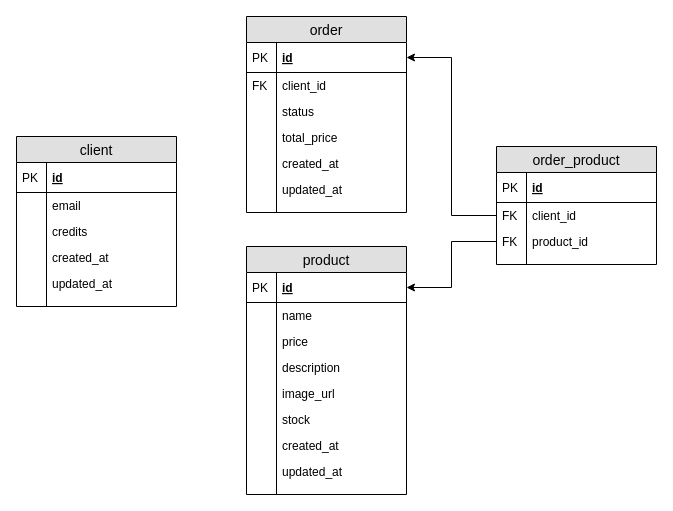
The draw.io diagram conception/MPD.drawio in AdrienMasanet/foodles-second-coding-test-backend, before the edit. Source tidied: cells renumbered, new cells numbered last; positions are measured from the earlier drawing's top-left corner, leaving out a move shared by most shapes. Both pictures are drawn from the tidied source at 100%, with x=0, y=0 at pixel (16, 16).
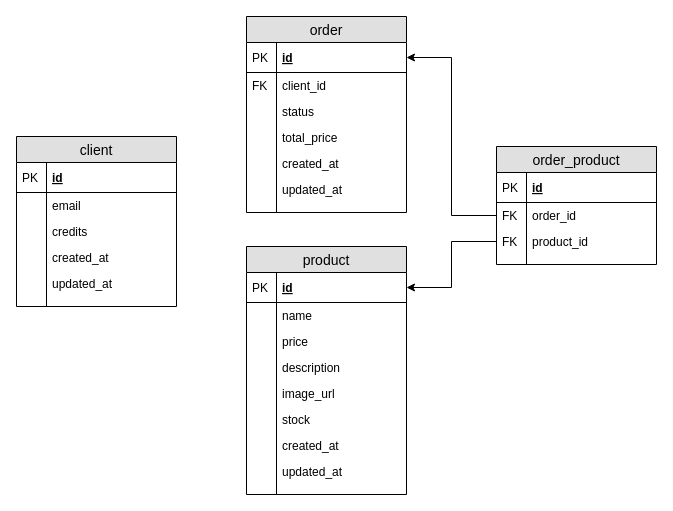
The same diagram, later.

Commit message:
docs: correction by writing order_id instead of client_id as first foreign key on order_product manytomany table

The change refers to these unchanged cells:
```xml
<mxCell id="51" value="order_product" style="swimlane;fontStyle=0;horizontal=1;startSize=26;fillColor=#e0e0e0;swimlaneFillColor=#ffffff;align=center;fontSize=14;" parent="1" vertex="1">
  <mxGeometry x="480" y="130" width="160" height="118" as="geometry" />
</mxCell>
```

The edit, as a diff of the source:
```diff
@@
-    <mxCell id="54" value="client_id" style="shape=partialRectangle;top=0;left=0;right=0;bottom=0;align=left;verticalAlign=top;fillColor=none;spacingLeft=34;spacingRight=4;overflow=hidden;points=[[0,0.5],[1,0.5]];portConstraint=eastwest;fontSize=12;" parent="51" vertex="1">
+    <mxCell id="54" value="order_id" style="shape=partialRectangle;top=0;left=0;right=0;bottom=0;align=left;verticalAlign=top;fillColor=none;spacingLeft=34;spacingRight=4;overflow=hidden;points=[[0,0.5],[1,0.5]];portConstraint=eastwest;fontSize=12;" parent="51" vertex="1">
       <mxGeometry y="56" width="160" height="26" as="geometry" />
     </mxCell>
```
